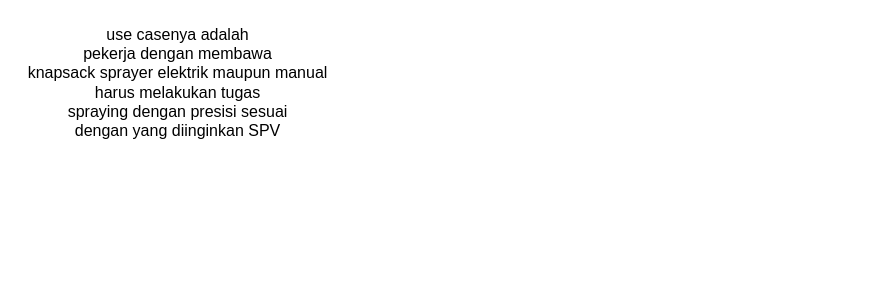
Above: Untitled Diagram.drawio in abdhilmy64/Sprayer_Tracker_BLE (draw.io), before the change. Source tidied: cells renumbered, new cells numbered last; positions are measured from the earlier drawing's top-left corner, leaving out a move shared by most shapes. Both pictures are drawn from the tidied source at 100%, with x=0, y=0 at pixel (17, 17).
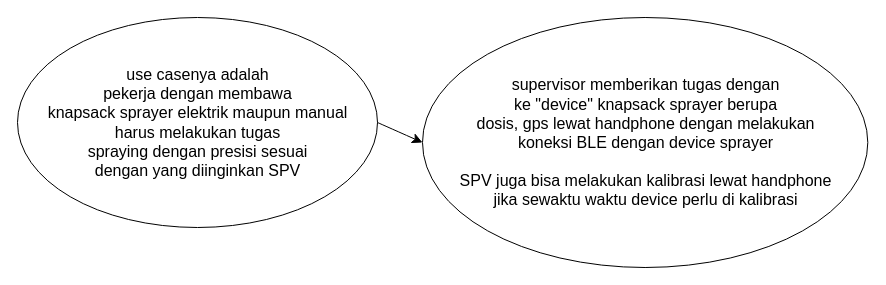
The same page after the edit.

What changed in the source:
```diff
@@
 <mxGraphModel>
   <root>
     <mxCell id="0" />
     <mxCell id="1" parent="0" />
+    <mxCell id="3" style="group;" parent="1" vertex="1">
+      <mxGeometry width="360" height="210" as="geometry" />
+    </mxCell>
+    <mxCell id="4" style="ellipse;whiteSpace=wrap;html=1;" parent="3" vertex="1">
+      <mxGeometry width="360" height="210" as="geometry" />
+    </mxCell>
-    <mxCell id="2" value="use casenya adalah&lt;div&gt;pekerja dengan membawa&lt;/div&gt;&lt;div&gt;&lt;span style=&quot;background-color: transparent;&quot;&gt;knapsack sprayer elektrik maupun manual&lt;/span&gt;&lt;/div&gt;&lt;div&gt;&lt;span style=&quot;background-color: transparent; color: light-dark(rgb(0, 0, 0), rgb(255, 255, 255));&quot;&gt;harus melakukan tugas&lt;/span&gt;&lt;/div&gt;&lt;div&gt;spraying dengan presisi sesuai&lt;/div&gt;&lt;div&gt;dengan yang diinginkan SPV&lt;/div&gt;" style="text;html=1;align=center;verticalAlign=middle;strokeColor=none;fillColor=none;fontSize=16;" parent="1" vertex="1">
-      <mxGeometry width="320" height="130" as="geometry" />
+    <mxCell id="2" value="use casenya adalah&lt;div&gt;pekerja dengan membawa&lt;/div&gt;&lt;div&gt;&lt;span style=&quot;background-color: transparent;&quot;&gt;knapsack sprayer elektrik maupun manual&lt;/span&gt;&lt;/div&gt;&lt;div&gt;&lt;span style=&quot;background-color: transparent; color: light-dark(rgb(0, 0, 0), rgb(255, 255, 255));&quot;&gt;harus melakukan tugas&lt;/span&gt;&lt;/div&gt;&lt;div&gt;spraying dengan presisi sesuai&lt;/div&gt;&lt;div&gt;dengan yang diinginkan SPV&lt;/div&gt;" style="text;html=1;align=center;verticalAlign=middle;strokeColor=none;fillColor=none;fontSize=16;" parent="3" vertex="1">
+      <mxGeometry x="20" y="40" width="320" height="130" as="geometry" />
     </mxCell>
+    <mxCell id="5" style="group;" parent="1" vertex="1">
+      <mxGeometry x="405" width="445.3" height="250" as="geometry" />
+    </mxCell>
+    <mxCell id="6" style="ellipse;whiteSpace=wrap;html=1;" parent="5" vertex="1">
+      <mxGeometry width="445.3" height="250" as="geometry" />
+    </mxCell>
+    <mxCell id="7" value="supervisor memberikan tugas dengan&lt;div&gt;ke &quot;device&quot;&amp;nbsp;&lt;span style=&quot;background-color: transparent; color: light-dark(rgb(0, 0, 0), rgb(255, 255, 255));&quot;&gt;knapsack sprayer berupa&lt;/span&gt;&lt;/div&gt;&lt;div&gt;&lt;span style=&quot;background-color: transparent; color: light-dark(rgb(0, 0, 0), rgb(255, 255, 255));&quot;&gt;dosis, gps lewat handphone dengan melakukan&lt;/span&gt;&lt;/div&gt;&lt;div&gt;&lt;span style=&quot;background-color: transparent; color: light-dark(rgb(0, 0, 0), rgb(255, 255, 255));&quot;&gt;koneksi BLE dengan device sprayer&lt;/span&gt;&lt;/div&gt;&lt;div&gt;&lt;br&gt;&lt;/div&gt;&lt;div&gt;SPV juga bisa melakukan kalibrasi lewat handphone&lt;/div&gt;&lt;div&gt;jika&amp;nbsp;&lt;span style=&quot;background-color: transparent; color: light-dark(rgb(0, 0, 0), rgb(255, 255, 255));&quot;&gt;sewaktu waktu device perlu di kalibrasi&lt;/span&gt;&lt;/div&gt;" style="text;html=1;align=center;verticalAlign=middle;strokeColor=none;fillColor=none;fontSize=16;" parent="5" vertex="1">
+      <mxGeometry x="22.6" y="50" width="400" height="150" as="geometry" />
+    </mxCell>
+    <mxCell id="8" style="edgeStyle=none;curved=1;rounded=0;jettySize=auto;html=1;exitX=1;exitY=0.5;exitDx=0;exitDy=0;entryX=0;entryY=0.5;entryDx=0;entryDy=0;fontSize=12;startSize=8;endSize=8;" parent="1" edge="1" source="4" target="6">
+      <mxGeometry relative="1" as="geometry" />
+    </mxCell>
   </root>
 </mxGraphModel>
```
